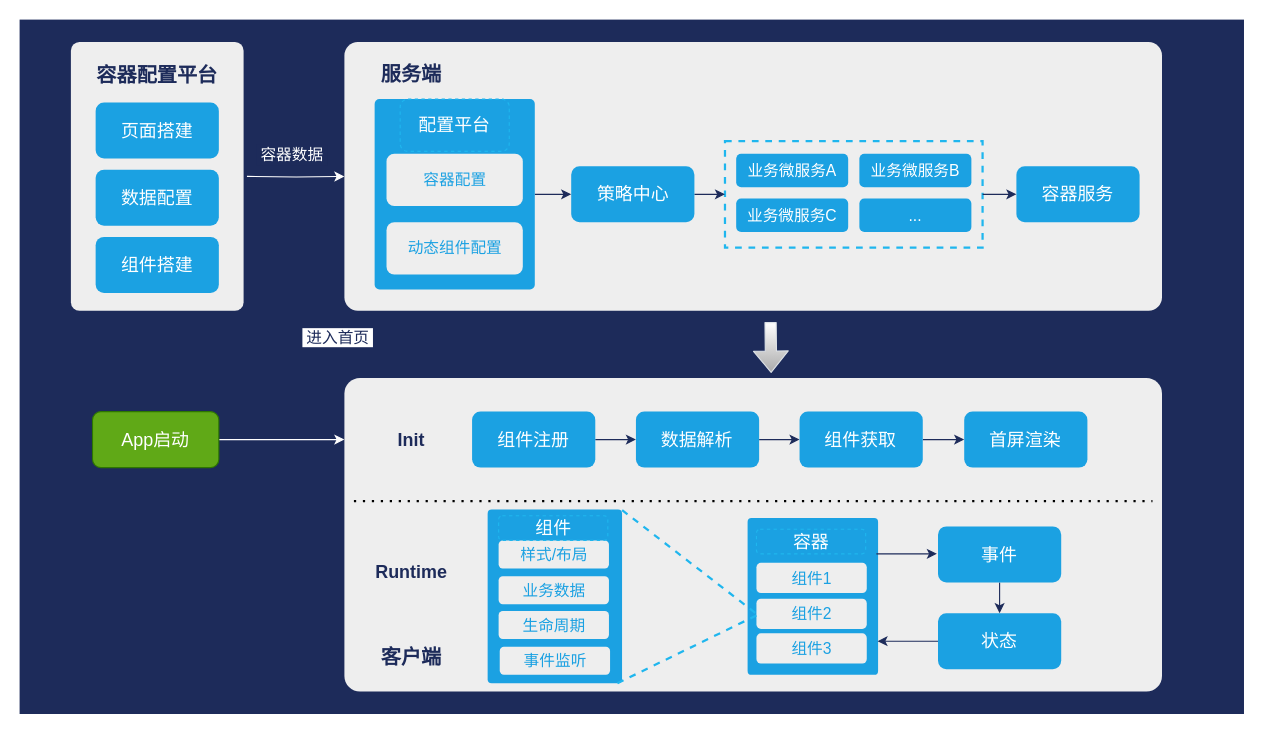
qiny/architecture_design keeps this draw.io diagram as 容器工作流.drawio. Above is the earlier version. Source tidied: cells renumbered, new cells numbered last; positions are measured from the earlier drawing's top-left corner, leaving out a move shared by most shapes. Both pictures are drawn from the tidied source at 112%, with x=0, y=0 at pixel (19, 19).
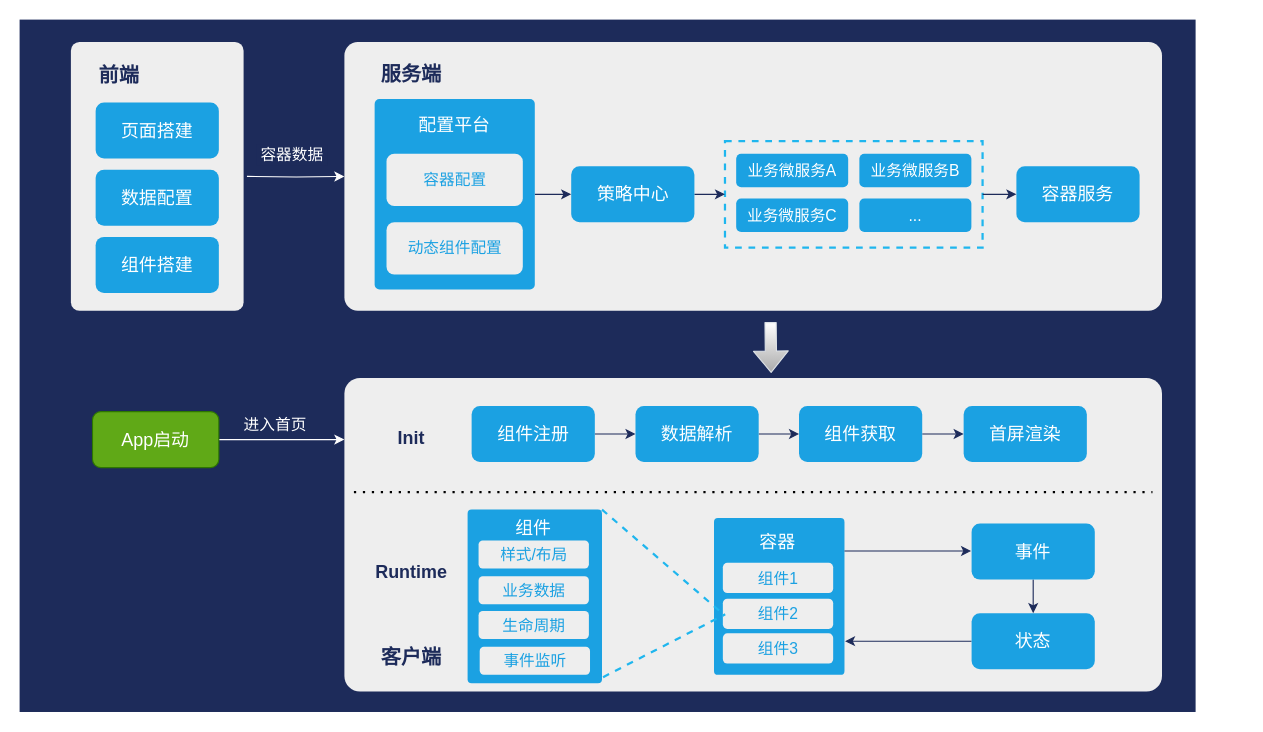
The same diagram, later.

Commit message:
Update 容器工作流.drawio

The change refers to these unchanged cells:
```xml
<mxCell id="3" style="group;" parent="1" vertex="1">
  <mxGeometry x="290" y="20" width="730" height="240" as="geometry" />
</mxCell>
<mxCell id="25" style="edgeStyle=orthogonalEdgeStyle;rounded=0;jettySize=auto;html=1;strokeColor=#FFFFFF;" parent="1" edge="1" source="27" target="28">
  <mxGeometry relative="1" as="geometry">
    <Array as="points">
      <mxPoint x="220" y="375" />
      <mxPoint x="220" y="375" />
    </Array>
  </mxGeometry>
</mxCell>
<mxCell id="49" value="&lt;font color=&quot;#1ba1e2&quot;&gt;&lt;span style=&quot;font-size: 14px&quot;&gt;组件2&lt;/span&gt;&lt;/font&gt;" style="text;html=1;align=center;verticalAlign=middle;whiteSpace=wrap;rounded=1;fontColor=#FFFFFF;fillColor=#EEEEEE;" parent="44" vertex="1">
  <mxGeometry x="7.9" y="72" width="98.5" height="27" as="geometry" />
</mxCell>
```

What changed in the source:
```diff
@@
     <mxCell id="2" style="rounded=0;whiteSpace=wrap;html=1;align=left;strokeColor=none;fillColor=#1D2B5A;" parent="1" vertex="1">
-      <mxGeometry width="1093.2" height="620" as="geometry" />
+      <mxGeometry width="1050" height="618.2" as="geometry" />
     </mxCell>
@@
-    <mxCell id="17" value="&lt;font style=&quot;font-size: 16px&quot; color=&quot;#ffffff&quot;&gt;配置平台&lt;/font&gt;" style="rounded=1;whiteSpace=wrap;html=1;dashed=1;strokeColor=#1FB6EE;fillColor=none;" parent="3" vertex="1">
+    <mxCell id="17" value="&lt;font style=&quot;font-size: 16px&quot; color=&quot;#ffffff&quot;&gt;配置平台&lt;/font&gt;" style="rounded=1;whiteSpace=wrap;html=1;dashed=1;fillColor=none;strokeColor=none;" parent="3" vertex="1">
       <mxGeometry x="49.8" y="51" width="97.4" height="46.7" as="geometry" />
     </mxCell>
@@
-    <mxCell id="23" value="&lt;font color=&quot;#1d2b5a&quot; size=&quot;1&quot;&gt;&lt;b style=&quot;font-size: 18px&quot;&gt;容器配置平台&lt;/b&gt;&lt;/font&gt;" style="text;html=1;strokeColor=none;fillColor=none;align=center;verticalAlign=middle;whiteSpace=wrap;rounded=0;" parent="1" vertex="1">
-      <mxGeometry x="67.9" y="40" width="110" height="20" as="geometry" />
+    <mxCell id="23" value="&lt;font color=&quot;#1d2b5a&quot;&gt;&lt;span style=&quot;font-size: 18px&quot;&gt;&lt;b&gt;前端&lt;/b&gt;&lt;/span&gt;&lt;/font&gt;" style="text;html=1;strokeColor=none;fillColor=none;align=center;verticalAlign=middle;whiteSpace=wrap;rounded=0;" parent="1" vertex="1">
+      <mxGeometry x="67.9" y="40" width="42.1" height="20" as="geometry" />
     </mxCell>
@@
-    <mxCell id="26" value="&lt;font style=&quot;font-size: 14px&quot;&gt;&amp;nbsp;进入首页&amp;nbsp;&lt;/font&gt;" style="edgeLabel;html=1;align=center;verticalAlign=middle;fontColor=#1D2B5A;" parent="25" vertex="1">
+    <mxCell id="26" value="&lt;font style=&quot;font-size: 14px&quot;&gt;&amp;nbsp;进入首页&amp;nbsp;&lt;/font&gt;" style="edgeLabel;html=1;align=center;verticalAlign=middle;labelBackgroundColor=none;fontColor=#FFFFFF;" parent="25" vertex="1">
       <mxGeometry x="-0.06" y="2" relative="1" as="geometry">
-        <mxPoint x="53" y="-90" as="offset" />
+        <mxPoint x="-3" y="-12" as="offset" />
       </mxGeometry>
     </mxCell>
@@
-    <mxCell id="29" style="edgeStyle=orthogonalEdgeStyle;rounded=0;orthogonalLoop=1;jettySize=auto;html=1;exitX=0.5;exitY=1;exitDx=0;exitDy=0;strokeColor=#FFFFFF;" parent="1" edge="1" source="23" target="23">
-      <mxGeometry relative="1" as="geometry" />
-    </mxCell>
@@
     <mxCell id="35" value="&lt;span style=&quot;font-size: 16px&quot;&gt;组件注册&lt;/span&gt;" style="text;html=1;align=center;verticalAlign=middle;whiteSpace=wrap;rounded=1;fillColor=#1ba1e2;fontColor=#FFFFFF;" parent="1" vertex="1">
-      <mxGeometry x="404" y="350" width="110" height="50" as="geometry" />
+      <mxGeometry x="403.6" y="345" width="110" height="50" as="geometry" />
     </mxCell>
@@
     <mxCell id="37" value="&lt;span style=&quot;font-size: 16px&quot;&gt;数据解析&lt;/span&gt;" style="text;html=1;align=center;verticalAlign=middle;whiteSpace=wrap;rounded=1;fillColor=#1ba1e2;fontColor=#FFFFFF;" parent="1" vertex="1">
-      <mxGeometry x="550.3" y="350" width="110" height="50" as="geometry" />
+      <mxGeometry x="549.9" y="345" width="110" height="50" as="geometry" />
     </mxCell>
@@
     <mxCell id="39" value="&lt;span style=&quot;font-size: 16px&quot;&gt;组件获取&lt;/span&gt;" style="text;html=1;align=center;verticalAlign=middle;whiteSpace=wrap;rounded=1;fillColor=#1ba1e2;fontColor=#FFFFFF;" parent="1" vertex="1">
-      <mxGeometry x="696.4" y="350" width="110" height="50" as="geometry" />
+      <mxGeometry x="695.9" y="345" width="110" height="50" as="geometry" />
     </mxCell>
     <mxCell id="40" value="&lt;span style=&quot;font-size: 16px&quot;&gt;首屏渲染&lt;/span&gt;" style="text;html=1;align=center;verticalAlign=middle;whiteSpace=wrap;rounded=1;fillColor=#1ba1e2;fontColor=#FFFFFF;" parent="1" vertex="1">
-      <mxGeometry x="843.4" y="350" width="110" height="50" as="geometry" />
+      <mxGeometry x="842.9" y="345" width="110" height="50" as="geometry" />
     </mxCell>
     <mxCell id="41" style="endArrow=none;dashed=1;html=1;dashPattern=1 3;strokeWidth=2;fontColor=#FFFFFF;" parent="1" edge="1">
       <mxGeometry relative="1" as="geometry">
-        <mxPoint x="298.5" y="430" as="sourcePoint" />
-        <mxPoint x="1011.5" y="430" as="targetPoint" />
+        <mxPoint x="298.5" y="422" as="sourcePoint" />
+        <mxPoint x="1011.5" y="422" as="targetPoint" />
       </mxGeometry>
     </mxCell>
     <mxCell id="42" value="&lt;font color=&quot;#1d2b5a&quot; style=&quot;font-size: 16px&quot;&gt;&lt;b&gt;Init&lt;br&gt;&lt;/b&gt;&lt;/font&gt;" style="text;html=1;strokeColor=none;fillColor=none;align=center;verticalAlign=middle;whiteSpace=wrap;rounded=0;" parent="1" vertex="1">
-      <mxGeometry x="320" y="352.5" width="60" height="45" as="geometry" />
+      <mxGeometry x="320" y="350" width="60" height="45" as="geometry" />
     </mxCell>
@@
     <mxCell id="44" style="group;" parent="1" vertex="1">
-      <mxGeometry x="650" y="445" width="116.5" height="140" as="geometry" />
+      <mxGeometry x="620" y="445" width="116.5" height="140" as="geometry" />
     </mxCell>
@@
-    <mxCell id="47" value="&lt;span style=&quot;color: rgb(255 , 255 , 255) ; font-size: 16px&quot;&gt;容器&lt;/span&gt;" style="rounded=1;whiteSpace=wrap;html=1;dashed=1;strokeColor=#1FB6EE;fillColor=none;" parent="44" vertex="1">
+    <mxCell id="47" value="&lt;span style=&quot;color: rgb(255 , 255 , 255) ; font-size: 16px&quot;&gt;容器&lt;/span&gt;" style="rounded=1;whiteSpace=wrap;html=1;dashed=1;fillColor=none;strokeColor=none;" parent="44" vertex="1">
       <mxGeometry x="7.9" y="10" width="97.5" height="22" as="geometry" />
     </mxCell>
@@
+    <mxCell id="56" style="endArrow=none;html=1;strokeWidth=2;fontColor=#FFFFFF;strokeColor=#1FB6EE;dashed=1;entryX=0;entryY=0.5;entryDx=0;entryDy=0;exitX=1;exitY=0;exitDx=0;exitDy=0;" parent="1" edge="1" source="50" target="49">
+      <mxGeometry relative="1" as="geometry" />
+    </mxCell>
+    <mxCell id="57" style="endArrow=none;html=1;strokeWidth=2;fontColor=#FFFFFF;strokeColor=#1FB6EE;dashed=1;exitX=1.008;exitY=0.965;exitDx=0;exitDy=0;exitPerimeter=0;" parent="1" edge="1" source="50">
+      <mxGeometry relative="1" as="geometry">
+        <mxPoint x="630" y="531" as="targetPoint" />
+      </mxGeometry>
+    </mxCell>
+    <mxCell id="58" style="edgeStyle=orthogonalEdgeStyle;rounded=0;orthogonalLoop=1;jettySize=auto;html=1;fontColor=#1D2B5A;strokeColor=#1D2B5A;exitX=0;exitY=0.5;exitDx=0;exitDy=0;" parent="1" edge="1">
+      <mxGeometry relative="1" as="geometry">
+        <mxPoint x="850" y="555" as="sourcePoint" />
+        <mxPoint x="737" y="555" as="targetPoint" />
+        <Array as="points">
+          <mxPoint x="770" y="555" />
+          <mxPoint x="770" y="555" />
+        </Array>
+      </mxGeometry>
+    </mxCell>
+    <mxCell id="59" value="&lt;span style=&quot;font-size: 16px&quot;&gt;状态&lt;/span&gt;" style="text;html=1;align=center;verticalAlign=middle;whiteSpace=wrap;rounded=1;fillColor=#1ba1e2;fontColor=#FFFFFF;" parent="1" vertex="1">
+      <mxGeometry x="850" y="530" width="110" height="50" as="geometry" />
+    </mxCell>
+    <mxCell id="60" style="edgeStyle=orthogonalEdgeStyle;rounded=0;jettySize=auto;html=1;fontColor=#1D2B5A;strokeColor=#1D2B5A;" parent="1" edge="1" source="61" target="59">
+      <mxGeometry relative="1" as="geometry" />
+    </mxCell>
+    <mxCell id="61" value="&lt;span style=&quot;font-size: 16px&quot;&gt;事件&lt;/span&gt;" style="text;html=1;align=center;verticalAlign=middle;whiteSpace=wrap;rounded=1;fillColor=#1ba1e2;fontColor=#FFFFFF;" parent="1" vertex="1">
+      <mxGeometry x="850" y="450" width="110" height="50" as="geometry" />
+    </mxCell>
+    <mxCell id="63" style="group;" parent="1" vertex="1">
+      <mxGeometry x="400" y="437.5" width="120" height="155" as="geometry" />
+    </mxCell>
-    <mxCell id="50" style="rounded=1;whiteSpace=wrap;html=1;dashed=1;fillColor=#1BA1E2;strokeColor=none;arcSize=3;" parent="1" vertex="1">
-      <mxGeometry x="417.9" y="437.5" width="120" height="155" as="geometry" />
+    <mxCell id="50" style="rounded=1;whiteSpace=wrap;html=1;dashed=1;fillColor=#1BA1E2;strokeColor=none;arcSize=3;" parent="63" vertex="1">
+      <mxGeometry width="120" height="155" as="geometry" />
     </mxCell>
-    <mxCell id="51" value="&lt;font color=&quot;#1ba1e2&quot;&gt;&lt;span style=&quot;font-size: 14px&quot;&gt;样式/布局&lt;/span&gt;&lt;/font&gt;" style="text;html=1;align=center;verticalAlign=middle;whiteSpace=wrap;rounded=1;fontColor=#FFFFFF;fillColor=#EEEEEE;" parent="1" vertex="1">
-      <mxGeometry x="427.7" y="465" width="98.5" height="25" as="geometry" />
+    <mxCell id="51" value="&lt;font color=&quot;#1ba1e2&quot;&gt;&lt;span style=&quot;font-size: 14px&quot;&gt;样式/布局&lt;/span&gt;&lt;/font&gt;" style="text;html=1;align=center;verticalAlign=middle;whiteSpace=wrap;rounded=1;fontColor=#FFFFFF;fillColor=#EEEEEE;" parent="63" vertex="1">
+      <mxGeometry x="9.8" y="27.5" width="98.5" height="25" as="geometry" />
     </mxCell>
-    <mxCell id="52" value="&lt;font color=&quot;#ffffff&quot;&gt;&lt;span style=&quot;font-size: 16px&quot;&gt;组件&lt;/span&gt;&lt;/font&gt;" style="rounded=1;whiteSpace=wrap;html=1;dashed=1;strokeColor=#1FB6EE;fillColor=none;" parent="1" vertex="1">
-      <mxGeometry x="427.7" y="443" width="97.5" height="22" as="geometry" />
+    <mxCell id="52" value="&lt;font color=&quot;#ffffff&quot;&gt;&lt;span style=&quot;font-size: 16px&quot;&gt;组件&lt;/span&gt;&lt;/font&gt;" style="rounded=1;whiteSpace=wrap;html=1;dashed=1;fillColor=none;strokeColor=none;" parent="63" vertex="1">
+      <mxGeometry x="9.8" y="5.5" width="97.5" height="22" as="geometry" />
     </mxCell>
-    <mxCell id="53" value="&lt;font color=&quot;#1ba1e2&quot;&gt;&lt;span style=&quot;font-size: 14px&quot;&gt;业务数据&lt;/span&gt;&lt;/font&gt;" style="text;html=1;align=center;verticalAlign=middle;whiteSpace=wrap;rounded=1;fontColor=#FFFFFF;fillColor=#EEEEEE;" parent="1" vertex="1">
-      <mxGeometry x="427.7" y="497" width="98.5" height="25" as="geometry" />
+    <mxCell id="53" value="&lt;font color=&quot;#1ba1e2&quot;&gt;&lt;span style=&quot;font-size: 14px&quot;&gt;业务数据&lt;/span&gt;&lt;/font&gt;" style="text;html=1;align=center;verticalAlign=middle;whiteSpace=wrap;rounded=1;fontColor=#FFFFFF;fillColor=#EEEEEE;" parent="63" vertex="1">
+      <mxGeometry x="9.8" y="59.5" width="98.5" height="25" as="geometry" />
     </mxCell>
-    <mxCell id="54" value="&lt;font color=&quot;#1ba1e2&quot;&gt;&lt;span style=&quot;font-size: 14px&quot;&gt;生命周期&lt;/span&gt;&lt;/font&gt;" style="text;html=1;align=center;verticalAlign=middle;whiteSpace=wrap;rounded=1;fontColor=#FFFFFF;fillColor=#EEEEEE;" parent="1" vertex="1">
-      <mxGeometry x="427.7" y="528" width="98.5" height="25" as="geometry" />
+    <mxCell id="54" value="&lt;font color=&quot;#1ba1e2&quot;&gt;&lt;span style=&quot;font-size: 14px&quot;&gt;生命周期&lt;/span&gt;&lt;/font&gt;" style="text;html=1;align=center;verticalAlign=middle;whiteSpace=wrap;rounded=1;fontColor=#FFFFFF;fillColor=#EEEEEE;" parent="63" vertex="1">
+      <mxGeometry x="9.8" y="90.5" width="98.5" height="25" as="geometry" />
     </mxCell>
-    <mxCell id="55" value="&lt;font color=&quot;#1ba1e2&quot;&gt;&lt;span style=&quot;font-size: 14px&quot;&gt;事件监听&lt;/span&gt;&lt;/font&gt;" style="text;html=1;align=center;verticalAlign=middle;whiteSpace=wrap;rounded=1;fontColor=#FFFFFF;fillColor=#EEEEEE;" parent="1" vertex="1">
-      <mxGeometry x="428.7" y="560" width="98.5" height="25" as="geometry" />
+    <mxCell id="55" value="&lt;font color=&quot;#1ba1e2&quot;&gt;&lt;span style=&quot;font-size: 14px&quot;&gt;事件监听&lt;/span&gt;&lt;/font&gt;" style="text;html=1;align=center;verticalAlign=middle;whiteSpace=wrap;rounded=1;fontColor=#FFFFFF;fillColor=#EEEEEE;" parent="63" vertex="1">
+      <mxGeometry x="10.8" y="122.5" width="98.5" height="25" as="geometry" />
     </mxCell>
-    <mxCell id="56" style="endArrow=none;html=1;strokeWidth=2;fontColor=#FFFFFF;strokeColor=#1FB6EE;dashed=1;entryX=0;entryY=0.5;entryDx=0;entryDy=0;" parent="1" edge="1" target="49">
-      <mxGeometry relative="1" as="geometry">
-        <mxPoint x="538" y="438" as="sourcePoint" />
-      </mxGeometry>
-    </mxCell>
-    <mxCell id="57" style="endArrow=none;html=1;strokeWidth=2;fontColor=#FFFFFF;strokeColor=#1FB6EE;dashed=1;" parent="1" edge="1">
-      <mxGeometry relative="1" as="geometry">
-        <mxPoint x="533.8" y="592.5" as="sourcePoint" />
-        <mxPoint x="660" y="531" as="targetPoint" />
-      </mxGeometry>
-    </mxCell>
-    <mxCell id="58" style="edgeStyle=orthogonalEdgeStyle;rounded=0;jettySize=auto;html=1;fontColor=#1D2B5A;strokeColor=#1D2B5A;exitX=0;exitY=0.5;exitDx=0;exitDy=0;" parent="1" edge="1" source="59">
-      <mxGeometry relative="1" as="geometry">
-        <mxPoint x="766" y="555" as="targetPoint" />
-      </mxGeometry>
-    </mxCell>
-    <mxCell id="59" value="&lt;span style=&quot;font-size: 16px&quot;&gt;状态&lt;/span&gt;" style="text;html=1;align=center;verticalAlign=middle;whiteSpace=wrap;rounded=1;fillColor=#1ba1e2;fontColor=#FFFFFF;" parent="1" vertex="1">
-      <mxGeometry x="820" y="530" width="110" height="50" as="geometry" />
-    </mxCell>
-    <mxCell id="60" style="edgeStyle=orthogonalEdgeStyle;rounded=0;jettySize=auto;html=1;fontColor=#1D2B5A;strokeColor=#1D2B5A;" parent="1" edge="1" source="61" target="59">
-      <mxGeometry relative="1" as="geometry" />
-    </mxCell>
-    <mxCell id="61" value="&lt;span style=&quot;font-size: 16px&quot;&gt;事件&lt;/span&gt;" style="text;html=1;align=center;verticalAlign=middle;whiteSpace=wrap;rounded=1;fillColor=#1ba1e2;fontColor=#FFFFFF;" parent="1" vertex="1">
-      <mxGeometry x="820" y="452.5" width="110" height="50" as="geometry" />
-    </mxCell>
-    <mxCell id="62" style="edgeStyle=orthogonalEdgeStyle;rounded=0;orthogonalLoop=1;jettySize=auto;html=1;fontColor=#1D2B5A;strokeColor=#1D2B5A;exitX=0;exitY=0.5;exitDx=0;exitDy=0;endArrow=none;endFill=0;startArrow=classic;startFill=1;" parent="1" edge="1">
-      <mxGeometry relative="1" as="geometry">
-        <mxPoint x="819" y="477" as="sourcePoint" />
-        <mxPoint x="765" y="477" as="targetPoint" />
-      </mxGeometry>
-    </mxCell>
+    <mxCell id="64" style="edgeStyle=orthogonalEdgeStyle;rounded=0;orthogonalLoop=1;jettySize=auto;html=1;fontColor=#1D2B5A;strokeColor=#1D2B5A;exitX=0;exitY=0.5;exitDx=0;exitDy=0;endArrow=none;endFill=0;startArrow=classic;startFill=1;" parent="1" edge="1">
+      <mxGeometry relative="1" as="geometry">
+        <mxPoint x="849.5" y="474.5" as="sourcePoint" />
+        <mxPoint x="736.5" y="474.5" as="targetPoint" />
+        <Array as="points">
+          <mxPoint x="769.5" y="474.5" />
+          <mxPoint x="769.5" y="474.5" />
+        </Array>
+      </mxGeometry>
+    </mxCell>
```
